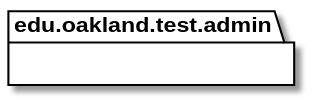
This is docs/uml-class-diagrams/admin/test/AdminTestPackage.svg from andrewdimmer/csi-3370-software-project, a PlantUML export, as it was before one commit. The source it was exported from:
```plantuml
@startuml AdminTestPackage

package edu.oakland.test.admin {

}

@enduml
```
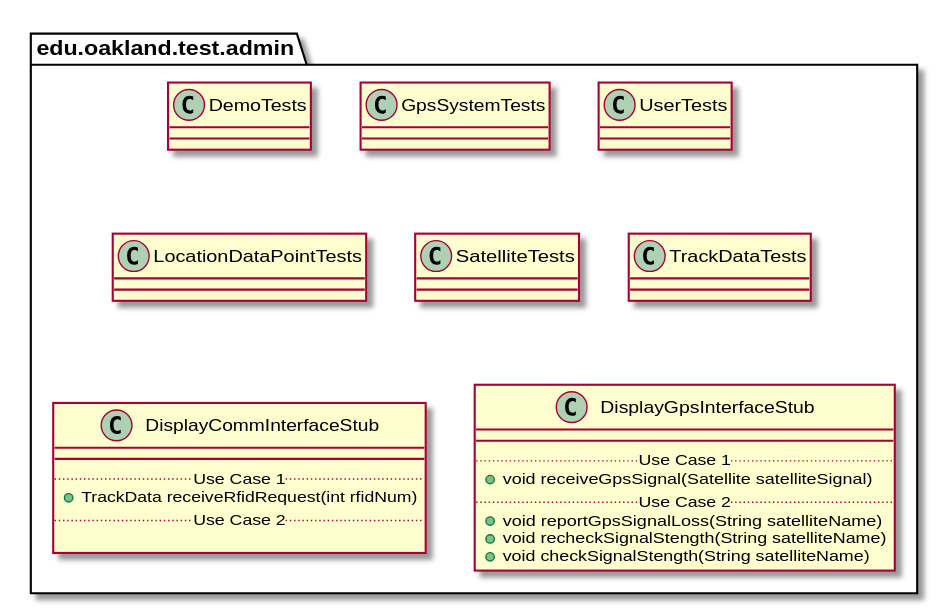
After the change.

Change to the diagram source:
```diff
@@ -4,4 +4,71 @@
 
 }
 
+
+package edu.oakland.test.admin {
+    class DemoTests {
+
+    }
+}
+
+
+package edu.oakland.test.admin {
+    class GpsSystemTests {
+
+    }
+}
+
+
+package edu.oakland.test.admin {
+    class UserTests {
+
+    }
+}
+
+
+package edu.oakland.test.admin {
+    class LocationDataPointTests {
+
+    }
+}
+
+
+package edu.oakland.test.admin {
+    class SatelliteTests {
+
+    }
+}
+
+
+package edu.oakland.test.admin {
+    class TrackDataTests {
+
+    }
+}
+
+
+package edu.oakland.test.admin {
+    class DisplayCommInterfaceStub {
+        __
+        .. Use Case 1 ..
+        + TrackData receiveRfidRequest(int rfidNum)
+        .. Use Case 2 ..
+
+    }
+}
+
+
+package edu.oakland.test.admin {
+    class DisplayGpsInterfaceStub {
+        __
+        .. Use Case 1 ..
+        + void receiveGpsSignal(Satellite satelliteSignal)
+        .. Use Case 2 ..
+        + void reportGpsSignalLoss(String satelliteName)
+        + void recheckSignalStength(String satelliteName)
+        + void checkSignalStength(String satelliteName)
+    }
+}
+
+
 @enduml
```
